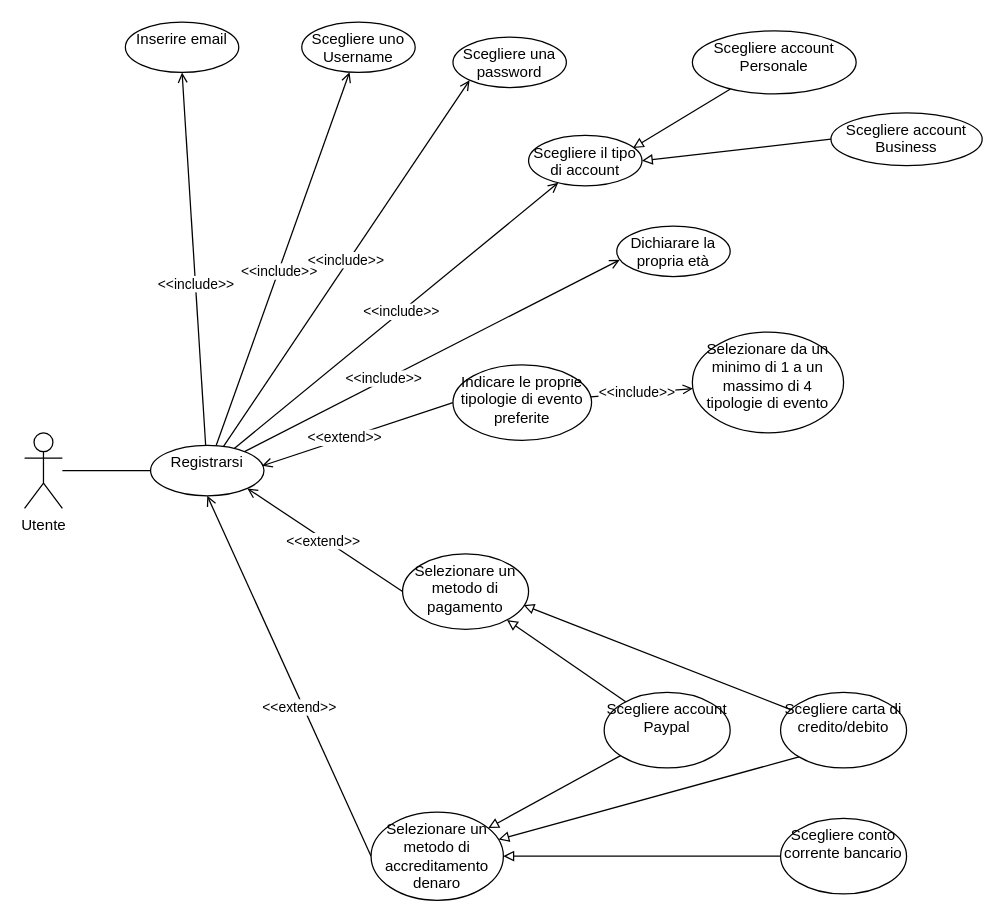
This is UseCase/RF02_Registrazione/Registrazione.drawio from 4spot-team/documentation, a draw.io file, before an edit. Source tidied: cells renumbered, new cells numbered last; positions are measured from the earlier drawing's top-left corner, leaving out a move shared by most shapes. Both pictures are drawn from the tidied source at 126%, with x=0, y=0 at pixel (24, 21).
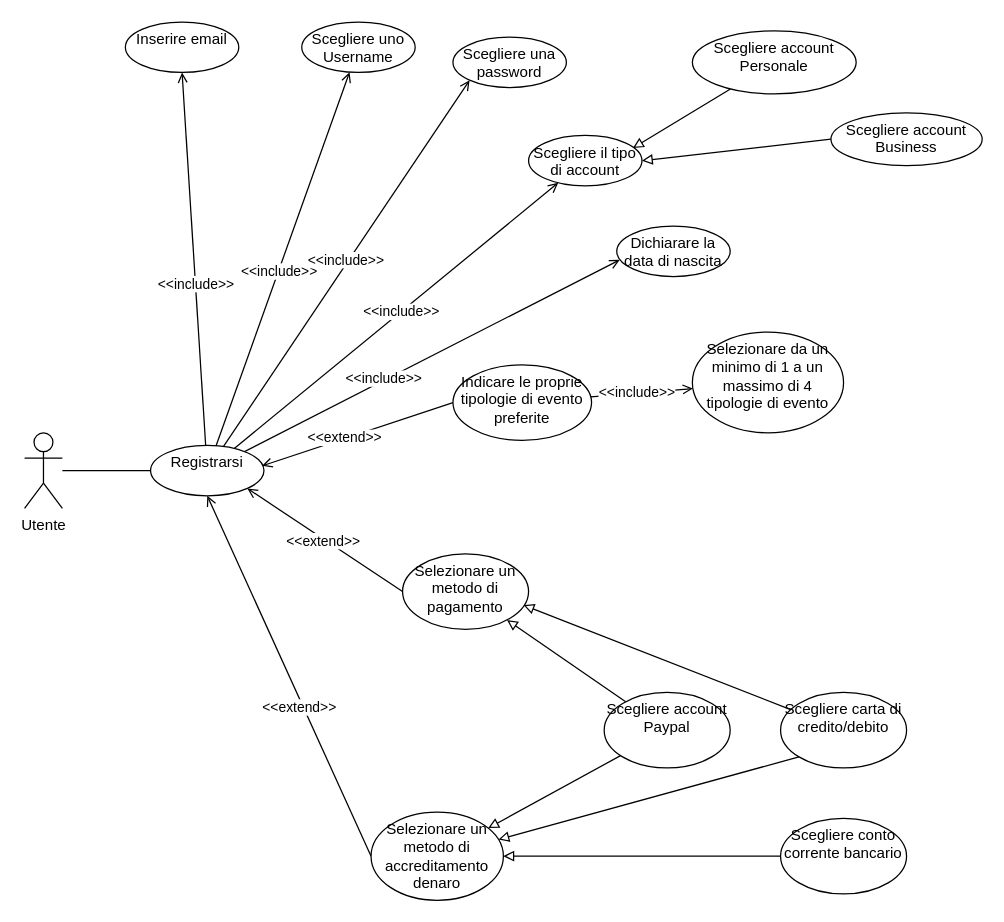
The same page after the edit.

Commit message (it also covers changes not shown here):
Change età with data di nascita.

What changed in the source:
```diff
@@
-    <mxCell id="21" value="Dichiarare la propria età" style="ellipse;whiteSpace=wrap;html=1;verticalAlign=top;" parent="1" vertex="1">
+    <mxCell id="21" value="Dichiarare la data di nascita" style="ellipse;whiteSpace=wrap;html=1;verticalAlign=top;" parent="1" vertex="1">
       <mxGeometry x="470" y="162" width="90" height="40" as="geometry" />
     </mxCell>
```
